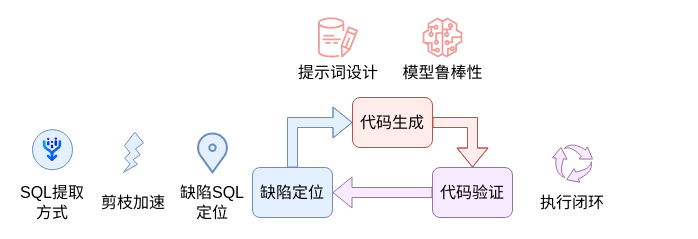
Above: drawioFile/keyproblem.drawio in Olive-2019/drawio-source (draw.io), before the change. Source tidied: cells renumbered, new cells numbered last; positions are measured from the earlier drawing's top-left corner, leaving out a move shared by most shapes. Both pictures are drawn from the tidied source at 100%, with x=0, y=0 at pixel (17, 17).
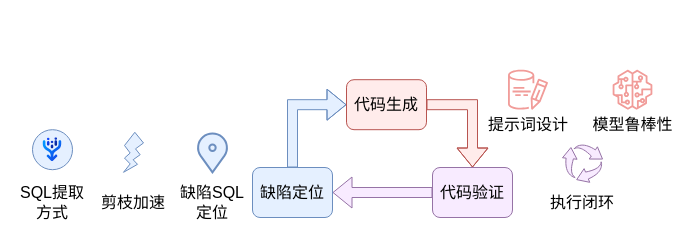
The same page after the edit.

What changed in the source:
```diff
@@
     <mxCell id="3" value="代码生成" style="rounded=1;whiteSpace=wrap;html=1;fontSize=16;fillColor=#FFECEB;strokeColor=#b85450;" parent="1" vertex="1">
-      <mxGeometry x="335" y="80" width="80" height="50" as="geometry" />
+      <mxGeometry x="329" y="62.2" width="80" height="50" as="geometry" />
     </mxCell>
@@
+    <mxCell id="18" style="sketch=0;html=1;strokeColor=#9673a6;shadow=0;fillColor=#F8EBFF;verticalAlign=top;labelPosition=center;verticalLabelPosition=bottom;shape=mxgraph.gcp2.arrow_cycle;" parent="1" vertex="1">
+      <mxGeometry x="545" y="126.8" width="40" height="38" as="geometry" />
+    </mxCell>
+    <mxCell id="19" value="执行闭环" style="text;html=1;align=center;verticalAlign=middle;whiteSpace=wrap;rounded=0;fontSize=16;" parent="1" vertex="1">
+      <mxGeometry x="525" y="169.8" width="80" height="30" as="geometry" />
+    </mxCell>
+    <mxCell id="20" style="group;" parent="1" vertex="1">
+      <mxGeometry x="466.6" y="52.2" width="196.8" height="70" as="geometry" />
+    </mxCell>
-    <mxCell id="14" style="sketch=0;fillColor=#F19C99;strokeColor=#b85450;dashed=0;verticalLabelPosition=bottom;verticalAlign=top;align=center;html=1;fontSize=16;fontStyle=0;shape=mxgraph.aws4.rds_optimized_writes;" parent="1" vertex="1">
-      <mxGeometry x="300.5" width="40" height="40" as="geometry" />
+    <mxCell id="14" style="sketch=0;fillColor=#F19C99;strokeColor=#b85450;dashed=0;verticalLabelPosition=bottom;verticalAlign=top;align=center;html=1;fontSize=16;fontStyle=0;shape=mxgraph.aws4.rds_optimized_writes;" parent="20" vertex="1">
+      <mxGeometry x="23.9" width="40" height="40" as="geometry" />
     </mxCell>
-    <mxCell id="15" style="sketch=0;fillColor=#F19C99;strokeColor=#b85450;dashed=0;verticalLabelPosition=bottom;verticalAlign=top;align=center;html=1;fontSize=16;fontStyle=0;shape=mxgraph.aws4.sagemaker_model;" parent="1" vertex="1">
-      <mxGeometry x="405" width="40" height="40" as="geometry" />
+    <mxCell id="15" style="sketch=0;fillColor=#F19C99;strokeColor=#b85450;dashed=0;verticalLabelPosition=bottom;verticalAlign=top;align=center;html=1;fontSize=16;fontStyle=0;shape=mxgraph.aws4.sagemaker_model;" parent="20" vertex="1">
+      <mxGeometry x="128.4" width="40" height="40" as="geometry" />
     </mxCell>
-    <mxCell id="16" value="提示词设计" style="text;html=1;align=center;verticalAlign=middle;whiteSpace=wrap;rounded=0;fontSize=16;" parent="1" vertex="1">
-      <mxGeometry x="276.6" y="40" width="87.8" height="30" as="geometry" />
+    <mxCell id="16" value="提示词设计" style="text;html=1;align=center;verticalAlign=middle;whiteSpace=wrap;rounded=0;fontSize=16;" parent="20" vertex="1">
+      <mxGeometry y="40" width="87.8" height="30" as="geometry" />
     </mxCell>
-    <mxCell id="17" value="模型鲁棒性" style="text;html=1;align=center;verticalAlign=middle;whiteSpace=wrap;rounded=0;fontSize=16;" parent="1" vertex="1">
-      <mxGeometry x="376.6" y="40" width="96.8" height="30" as="geometry" />
+    <mxCell id="17" value="模型鲁棒性" style="text;html=1;align=center;verticalAlign=middle;whiteSpace=wrap;rounded=0;fontSize=16;" parent="20" vertex="1">
+      <mxGeometry x="100" y="40" width="96.8" height="30" as="geometry" />
     </mxCell>
-    <mxCell id="18" style="sketch=0;html=1;strokeColor=#9673a6;shadow=0;fillColor=#F8EBFF;verticalAlign=top;labelPosition=center;verticalLabelPosition=bottom;shape=mxgraph.gcp2.arrow_cycle;" parent="1" vertex="1">
-      <mxGeometry x="535" y="126.8" width="40" height="38" as="geometry" />
-    </mxCell>
-    <mxCell id="19" value="执行闭环" style="text;html=1;align=center;verticalAlign=middle;whiteSpace=wrap;rounded=0;fontSize=16;" parent="1" vertex="1">
-      <mxGeometry x="515" y="169.8" width="80" height="30" as="geometry" />
-    </mxCell>
```
